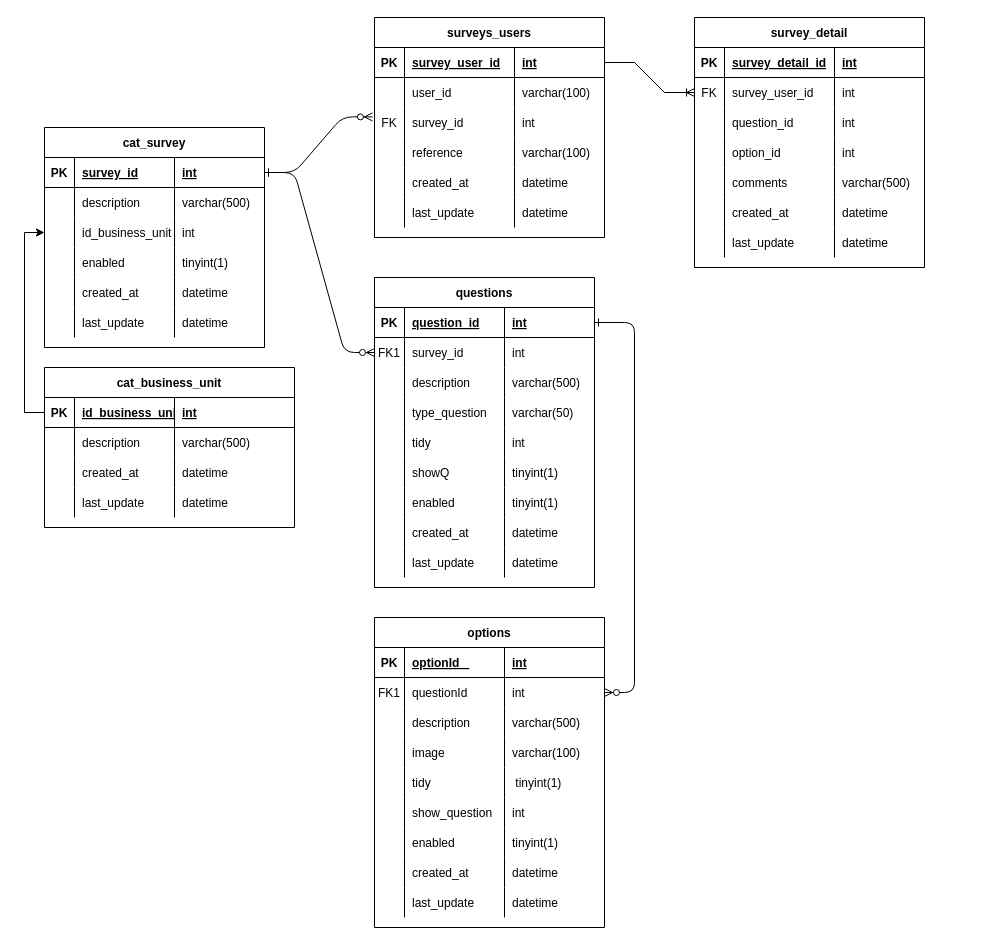
Before: page "Surveys" (2 of 4) of Data base/E-R Dev.drawio in marcoluisdf/documentacion, a draw.io diagram. Source tidied: cells renumbered, new cells numbered last; positions are measured from the earlier drawing's top-left corner, leaving out a move shared by most shapes. Both pictures are drawn from the tidied source at 100%, with x=0, y=0 at pixel (-76, 17).
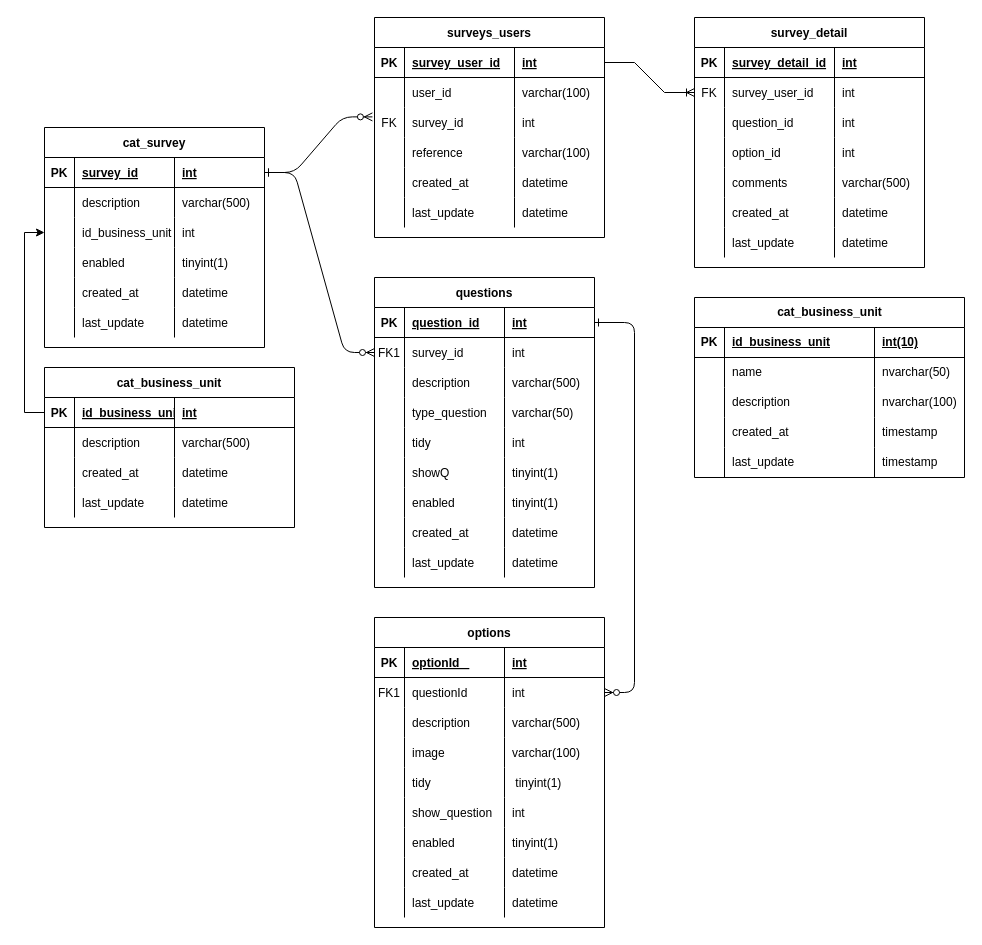
The same page after the edit.

The edit, as a diff of the source:
```diff
@@
+    <mxCell id="177" value="cat_business_unit" style="shape=table;startSize=30;childLayout=tableLayout;rowLines=0;fontStyle=1;align=center;html=1;" parent="1" vertex="1">
+      <mxGeometry x="770" y="280" width="270" height="180" as="geometry" />
+    </mxCell>
+    <mxCell id="178" style="shape=tableRow;horizontal=0;startSize=0;swimlaneHead=0;swimlaneBody=0;fillColor=none;top=0;left=0;right=0;bottom=1;" parent="177" vertex="1">
+      <mxGeometry y="30" width="270" height="30" as="geometry" />
+    </mxCell>
+    <mxCell id="179" value="PK" style="shape=partialRectangle;fillColor=none;top=0;left=0;bottom=0;right=0;fontStyle=1;overflow=hidden;whiteSpace=wrap;html=1;" parent="178" vertex="1">
+      <mxGeometry width="30" height="30" as="geometry" />
+    </mxCell>
+    <mxCell id="180" value="id_business_unit" style="shape=partialRectangle;fillColor=none;top=0;left=0;bottom=0;right=0;align=left;spacingLeft=6;fontStyle=5;overflow=hidden;whiteSpace=wrap;html=1;" parent="178" vertex="1">
+      <mxGeometry x="30" width="150" height="30" as="geometry" />
+    </mxCell>
+    <mxCell id="181" value="int(10)" style="shape=partialRectangle;fillColor=none;top=0;left=0;bottom=0;right=0;align=left;spacingLeft=6;fontStyle=5;overflow=hidden;whiteSpace=wrap;html=1;" parent="178" vertex="1">
+      <mxGeometry x="180" width="90" height="30" as="geometry" />
+    </mxCell>
+    <mxCell id="182" style="shape=tableRow;horizontal=0;startSize=0;swimlaneHead=0;swimlaneBody=0;fillColor=none;top=0;left=0;right=0;bottom=0;" parent="177" vertex="1">
+      <mxGeometry y="60" width="270" height="30" as="geometry" />
+    </mxCell>
+    <mxCell id="183" style="shape=partialRectangle;fillColor=none;top=0;left=0;bottom=0;right=0;overflow=hidden;whiteSpace=wrap;html=1;" parent="182" vertex="1">
+      <mxGeometry width="30" height="30" as="geometry" />
+    </mxCell>
+    <mxCell id="184" value="name" style="shape=partialRectangle;fillColor=none;top=0;left=0;bottom=0;right=0;align=left;spacingLeft=6;overflow=hidden;whiteSpace=wrap;html=1;" parent="182" vertex="1">
+      <mxGeometry x="30" width="150" height="30" as="geometry" />
+    </mxCell>
+    <mxCell id="185" value="nvarchar(50)" style="shape=partialRectangle;fillColor=none;top=0;left=0;bottom=0;right=0;align=left;spacingLeft=6;overflow=hidden;whiteSpace=wrap;html=1;" parent="182" vertex="1">
+      <mxGeometry x="180" width="90" height="30" as="geometry" />
+    </mxCell>
+    <mxCell id="186" style="shape=tableRow;horizontal=0;startSize=0;swimlaneHead=0;swimlaneBody=0;fillColor=none;top=0;left=0;right=0;bottom=0;" parent="177" vertex="1">
+      <mxGeometry y="90" width="270" height="30" as="geometry" />
+    </mxCell>
+    <mxCell id="187" style="shape=partialRectangle;fillColor=none;top=0;left=0;bottom=0;right=0;overflow=hidden;whiteSpace=wrap;html=1;" parent="186" vertex="1">
+      <mxGeometry width="30" height="30" as="geometry" />
+    </mxCell>
+    <mxCell id="188" value="description" style="shape=partialRectangle;fillColor=none;top=0;left=0;bottom=0;right=0;align=left;spacingLeft=6;overflow=hidden;whiteSpace=wrap;html=1;" parent="186" vertex="1">
+      <mxGeometry x="30" width="150" height="30" as="geometry" />
+    </mxCell>
+    <mxCell id="189" value="nvarchar(100)" style="shape=partialRectangle;fillColor=none;top=0;left=0;bottom=0;right=0;align=left;spacingLeft=6;overflow=hidden;whiteSpace=wrap;html=1;" parent="186" vertex="1">
+      <mxGeometry x="180" width="90" height="30" as="geometry" />
+    </mxCell>
+    <mxCell id="190" style="shape=tableRow;horizontal=0;startSize=0;swimlaneHead=0;swimlaneBody=0;fillColor=none;top=0;left=0;right=0;bottom=0;" parent="177" vertex="1">
+      <mxGeometry y="120" width="270" height="30" as="geometry" />
+    </mxCell>
+    <mxCell id="191" style="shape=partialRectangle;fillColor=none;top=0;left=0;bottom=0;right=0;overflow=hidden;whiteSpace=wrap;html=1;" parent="190" vertex="1">
+      <mxGeometry width="30" height="30" as="geometry" />
+    </mxCell>
+    <mxCell id="192" value="created_at" style="shape=partialRectangle;fillColor=none;top=0;left=0;bottom=0;right=0;align=left;spacingLeft=6;overflow=hidden;whiteSpace=wrap;html=1;" parent="190" vertex="1">
+      <mxGeometry x="30" width="150" height="30" as="geometry" />
+    </mxCell>
+    <mxCell id="193" value="timestamp" style="shape=partialRectangle;fillColor=none;top=0;left=0;bottom=0;right=0;align=left;spacingLeft=6;overflow=hidden;whiteSpace=wrap;html=1;" parent="190" vertex="1">
+      <mxGeometry x="180" width="90" height="30" as="geometry" />
+    </mxCell>
+    <mxCell id="194" style="shape=tableRow;horizontal=0;startSize=0;swimlaneHead=0;swimlaneBody=0;fillColor=none;top=0;left=0;right=0;bottom=0;" parent="177" vertex="1">
+      <mxGeometry y="150" width="270" height="30" as="geometry" />
+    </mxCell>
+    <mxCell id="195" style="shape=partialRectangle;fillColor=none;top=0;left=0;bottom=0;right=0;overflow=hidden;whiteSpace=wrap;html=1;" parent="194" vertex="1">
+      <mxGeometry width="30" height="30" as="geometry" />
+    </mxCell>
+    <mxCell id="196" value="last_update" style="shape=partialRectangle;fillColor=none;top=0;left=0;bottom=0;right=0;align=left;spacingLeft=6;overflow=hidden;whiteSpace=wrap;html=1;" parent="194" vertex="1">
+      <mxGeometry x="30" width="150" height="30" as="geometry" />
+    </mxCell>
+    <mxCell id="197" value="timestamp" style="shape=partialRectangle;fillColor=none;top=0;left=0;bottom=0;right=0;align=left;spacingLeft=6;overflow=hidden;whiteSpace=wrap;html=1;" parent="194" vertex="1">
+      <mxGeometry x="180" width="90" height="30" as="geometry" />
+    </mxCell>
```
